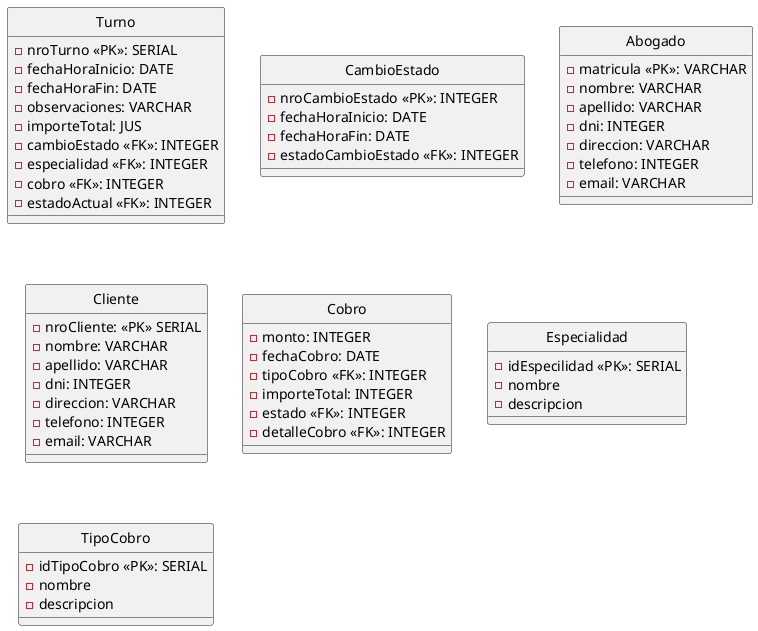
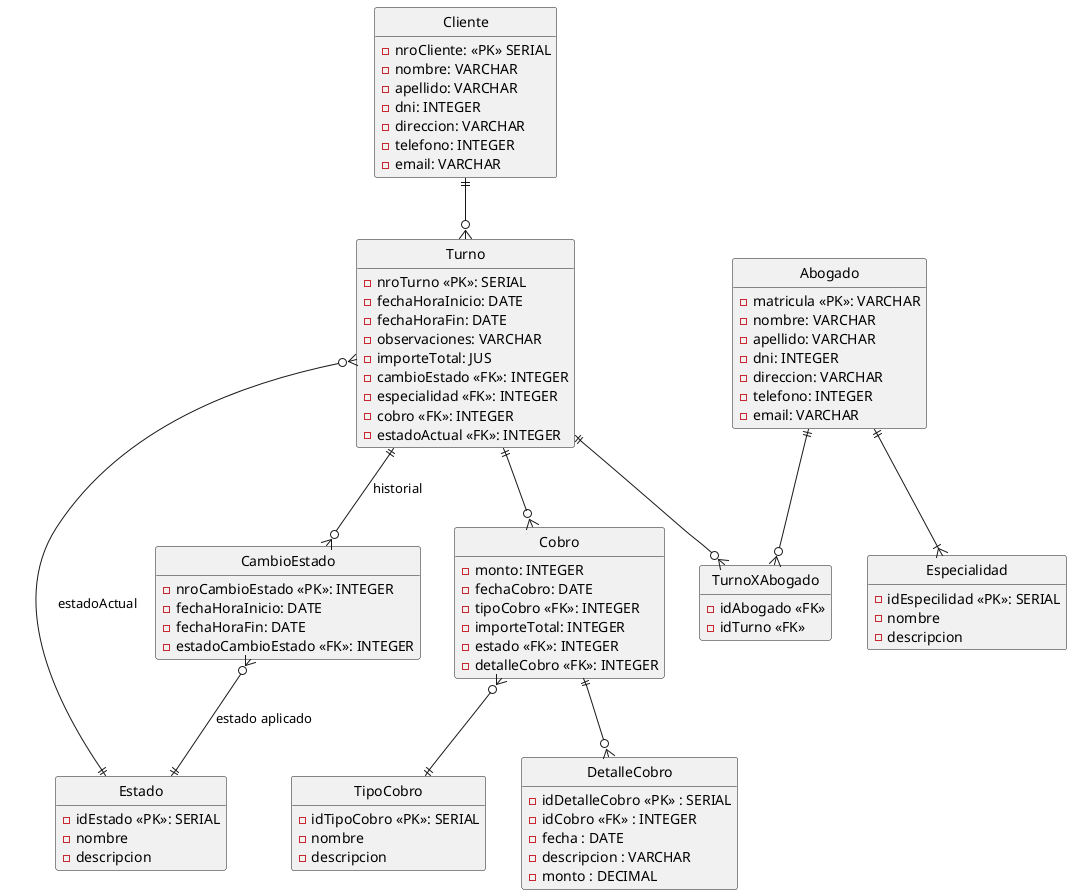
@startuml der
hide circle
+ hide empty method

entity Turno {
    -nroTurno <<PK>>: SERIAL
    -fechaHoraInicio: DATE
    -fechaHoraFin: DATE
    -observaciones: VARCHAR
    -importeTotal: JUS
    -cambioEstado <<FK>>: INTEGER
    -especialidad <<FK>>: INTEGER
    -cobro <<FK>>: INTEGER
    -estadoActual <<FK>>: INTEGER
}

entity CambioEstado {
    -nroCambioEstado <<PK>>: INTEGER
    -fechaHoraInicio: DATE
    -fechaHoraFin: DATE
    -estadoCambioEstado <<FK>>: INTEGER
}

entity Abogado {
    -matricula <<PK>>: VARCHAR
    -nombre: VARCHAR
    -apellido: VARCHAR
    -dni: INTEGER
    -direccion: VARCHAR
    -telefono: INTEGER
    -email: VARCHAR
}

entity Cliente {
    -nroCliente: <<PK>> SERIAL
    -nombre: VARCHAR
    -apellido: VARCHAR
    -dni: INTEGER
    -direccion: VARCHAR
    -telefono: INTEGER
    -email: VARCHAR
}

entity Cobro {
    -monto: INTEGER
    -fechaCobro: DATE
    -tipoCobro <<FK>>: INTEGER
    -importeTotal: INTEGER
    -estado <<FK>>: INTEGER
    -detalleCobro <<FK>>: INTEGER
}

entity Especialidad {
    -idEspecilidad <<PK>>: SERIAL
    -nombre
    -descripcion
}

entity TipoCobro {
    -idTipoCobro <<PK>>: SERIAL
    -nombre
    -descripcion
}
+ 
+ entity Estado {
+     -idEstado <<PK>>: SERIAL
+     -nombre
+     -descripcion
+ }
+ 
+ entity TurnoXAbogado {
+     -idAbogado <<FK>>
+     -idTurno <<FK>>
+ }
+ 
+ entity DetalleCobro {
+     - idDetalleCobro <<PK>> : SERIAL
+     - idCobro <<FK>> : INTEGER
+     - fecha : DATE
+     - descripcion : VARCHAR
+     - monto : DECIMAL
+ }
+ 
+ Turno ||--o{ Cobro
+ Cobro }o--|| TipoCobro
+ Cobro ||--o{ DetalleCobro
+ 
+ Turno }o--|| Estado : "estadoActual"
+ Turno ||--o{ CambioEstado : "historial"
+ CambioEstado }o--|| Estado : "estado aplicado"
+ 
+ Turno ||--o{ TurnoXAbogado
+ Abogado ||--o{ TurnoXAbogado
+ Cliente ||--o{ Turno
+ 
+ Abogado ||--|{ Especialidad
+ 
+ 
@enduml